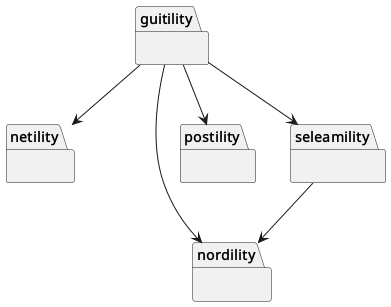
The PlantUML diagram docs/diagrams/python-packages.puml.png in casonk/citegres, before a commit. Its diagram source:
```plantuml
@startuml packages_citegres
set namespaceSeparator none
package "guitility" as guitility {
}
package "netility" as netility {
}
package "nordility" as nordility {
}
package "postility" as postility {
}
package "seleamility" as seleamility {
}
guitility --> netility
guitility --> nordility
guitility --> postility
guitility --> seleamility
seleamility --> nordility
@enduml
```
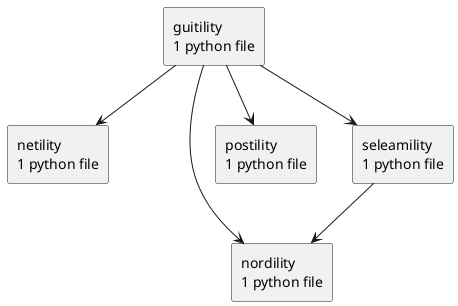
After the commit.

Commit message:
docs: refresh python sidecar diagrams

The edit, as a diff of the source:
```diff
@@ -1,15 +1,12 @@
 @startuml packages_citegres
 set namespaceSeparator none
-package "guitility" as guitility {
-}
-package "netility" as netility {
-}
-package "nordility" as nordility {
-}
-package "postility" as postility {
-}
-package "seleamility" as seleamility {
-}
+top to bottom direction
+skinparam componentStyle rectangle
+rectangle "guitility\n1 python file" as guitility
+rectangle "netility\n1 python file" as netility
+rectangle "nordility\n1 python file" as nordility
+rectangle "postility\n1 python file" as postility
+rectangle "seleamility\n1 python file" as seleamility
 guitility --> netility
 guitility --> nordility
 guitility --> postility
```
